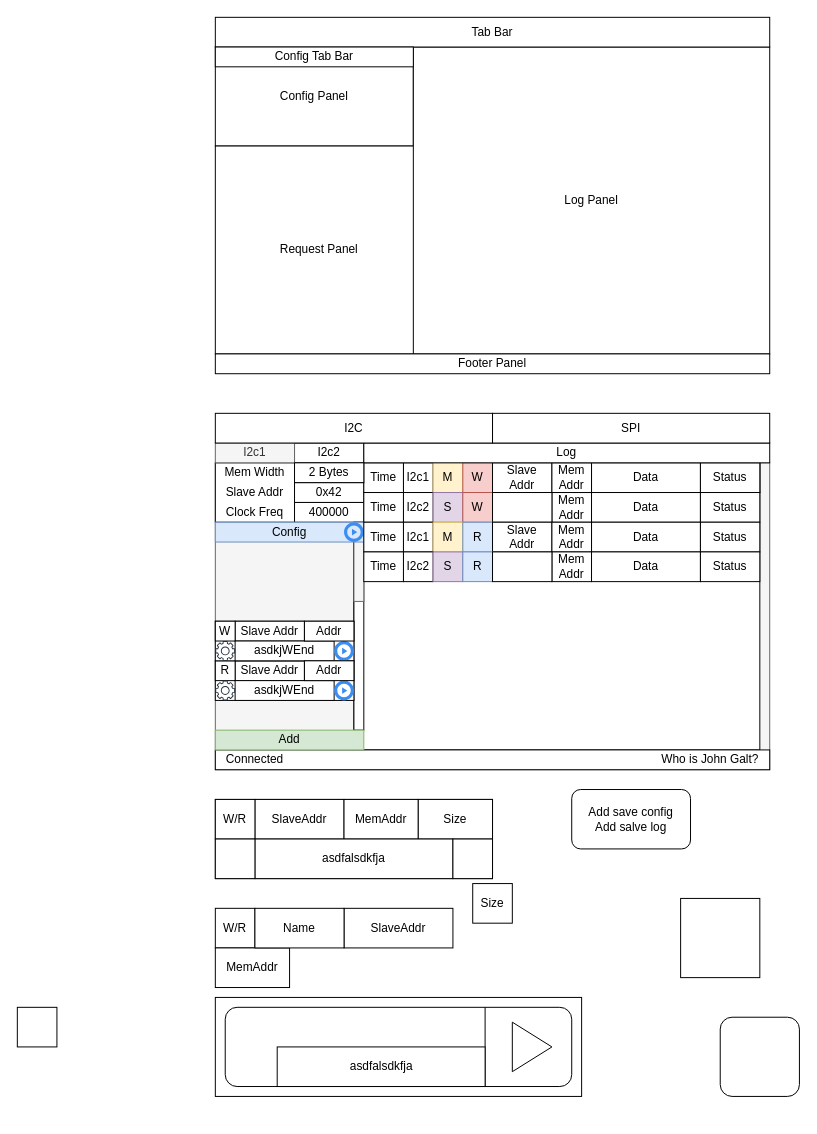
AlmCoding/expander-ui keeps this draw.io diagram as UImock.drawio. Above is the earlier version. Source tidied: cells renumbered, new cells numbered last; positions are measured from the earlier drawing's top-left corner, leaving out a move shared by most shapes. Both pictures are drawn from the tidied source at 99%, with x=0, y=0 at pixel (17, 17).
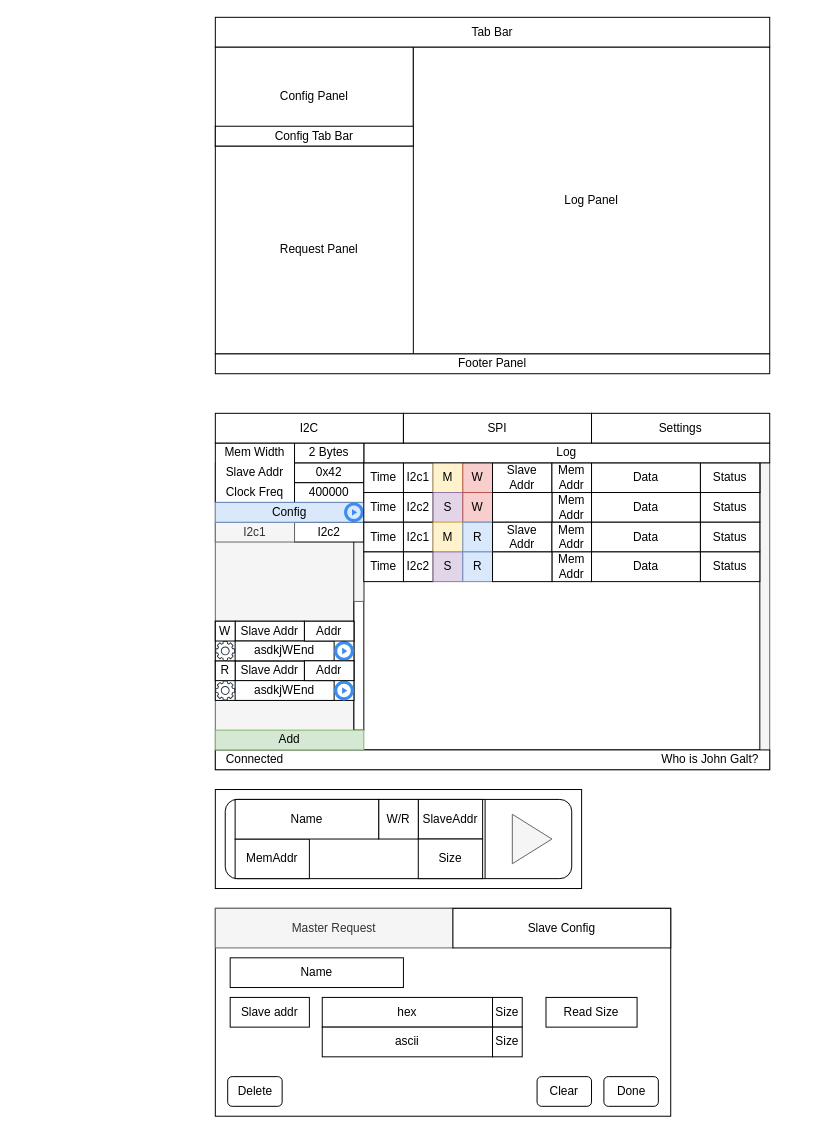
The same page after the edit.

Diff of the diagram source:
```diff
@@
     <mxCell id="2" style="rounded=0;whiteSpace=wrap;html=1;" parent="1" vertex="1">
-      <mxGeometry x="200" y="990" width="370" height="100" as="geometry" />
+      <mxGeometry x="200" y="780" width="370" height="100" as="geometry" />
     </mxCell>
@@
     <mxCell id="7" style="rounded=0;whiteSpace=wrap;html=1;" parent="1" vertex="1">
-      <mxGeometry x="200" y="450" width="150" height="60" as="geometry" />
+      <mxGeometry x="200" y="430" width="150" height="60" as="geometry" />
     </mxCell>
     <mxCell id="8" value="400000" style="rounded=0;whiteSpace=wrap;html=1;" parent="1" vertex="1">
-      <mxGeometry x="280" y="490" width="70" height="20" as="geometry" />
+      <mxGeometry x="280" y="470" width="70" height="20" as="geometry" />
     </mxCell>
     <mxCell id="9" value="Clock Freq" style="text;html=1;align=center;verticalAlign=middle;whiteSpace=wrap;rounded=0;" parent="1" vertex="1">
-      <mxGeometry x="200" y="495" width="80" height="10" as="geometry" />
+      <mxGeometry x="200" y="475" width="80" height="10" as="geometry" />
     </mxCell>
@@
     <mxCell id="13" value="Slave Addr" style="text;html=1;align=center;verticalAlign=middle;whiteSpace=wrap;rounded=0;" parent="1" vertex="1">
-      <mxGeometry x="200" y="475" width="80" height="10" as="geometry" />
+      <mxGeometry x="200" y="455" width="80" height="10" as="geometry" />
     </mxCell>
     <mxCell id="14" value="0x42" style="rounded=0;whiteSpace=wrap;html=1;" parent="1" vertex="1">
-      <mxGeometry x="280" y="470" width="70" height="20" as="geometry" />
+      <mxGeometry x="280" y="450" width="70" height="20" as="geometry" />
     </mxCell>
     <mxCell id="15" value="I2c2" style="rounded=0;whiteSpace=wrap;html=1;" parent="1" vertex="1">
-      <mxGeometry x="280" y="430" width="70" height="20" as="geometry" />
+      <mxGeometry x="280" y="510" width="70" height="20" as="geometry" />
     </mxCell>
     <mxCell id="16" value="I2c1" style="rounded=0;whiteSpace=wrap;html=1;fillColor=#f5f5f5;fontColor=#333333;strokeColor=#666666;" parent="1" vertex="1">
-      <mxGeometry x="200" y="430" width="80" height="20" as="geometry" />
+      <mxGeometry x="200" y="510" width="80" height="20" as="geometry" />
     </mxCell>
@@
     <mxCell id="18" value="Config" style="rounded=0;whiteSpace=wrap;html=1;fillColor=#dae8fc;strokeColor=#6c8ebf;" parent="1" vertex="1">
-      <mxGeometry x="200" y="510" width="150" height="20" as="geometry" />
+      <mxGeometry x="200" y="490" width="150" height="20" as="geometry" />
     </mxCell>
@@
     <mxCell id="24" style="sketch=0;html=1;strokeColor=none;shadow=0;fillColor=#3B8DF1;verticalAlign=top;labelPosition=center;verticalLabelPosition=bottom;shape=mxgraph.gcp2.play_start;" parent="1" vertex="1">
-      <mxGeometry x="330" y="510" width="20" height="20" as="geometry" />
+      <mxGeometry x="330" y="490" width="20" height="20" as="geometry" />
     </mxCell>
@@
     <mxCell id="68" value="Mem Width" style="text;html=1;align=center;verticalAlign=middle;whiteSpace=wrap;rounded=0;" parent="1" vertex="1">
-      <mxGeometry x="200" y="455" width="80" height="10" as="geometry" />
+      <mxGeometry x="200" y="435" width="80" height="10" as="geometry" />
     </mxCell>
     <mxCell id="69" value="2 Bytes" style="rounded=0;whiteSpace=wrap;html=1;" parent="1" vertex="1">
-      <mxGeometry x="280" y="450" width="70" height="20" as="geometry" />
+      <mxGeometry x="280" y="430" width="70" height="20" as="geometry" />
     </mxCell>
@@
     <mxCell id="74" value="I2C" style="rounded=0;whiteSpace=wrap;html=1;" parent="1" vertex="1">
-      <mxGeometry x="200" y="400" width="280" height="30" as="geometry" />
+      <mxGeometry x="200" y="400" width="190" height="30" as="geometry" />
     </mxCell>
     <mxCell id="75" value="SPI" style="rounded=0;whiteSpace=wrap;html=1;" parent="1" vertex="1">
-      <mxGeometry x="480" y="400" width="280" height="30" as="geometry" />
+      <mxGeometry x="390" y="400" width="190" height="30" as="geometry" />
     </mxCell>
@@
     <mxCell id="77" value="Config Tab Bar" style="rounded=0;whiteSpace=wrap;html=1;" parent="1" vertex="1">
-      <mxGeometry x="200" y="30" width="200" height="20" as="geometry" />
+      <mxGeometry x="200" y="110" width="200" height="20" as="geometry" />
     </mxCell>
-    <mxCell id="78" style="rounded=0;whiteSpace=wrap;html=1;" parent="1" vertex="1">
-      <mxGeometry x="200" y="790" width="280" height="80" as="geometry" />
-    </mxCell>
-    <mxCell id="79" value="SlaveAddr" style="rounded=0;whiteSpace=wrap;html=1;" parent="1" vertex="1">
-      <mxGeometry x="240" y="790" width="90" height="40" as="geometry" />
-    </mxCell>
-    <mxCell id="80" value="W/R" style="rounded=0;whiteSpace=wrap;html=1;" parent="1" vertex="1">
-      <mxGeometry x="200" y="790" width="40" height="40" as="geometry" />
-    </mxCell>
-    <mxCell id="81" value="MemAddr" style="rounded=0;whiteSpace=wrap;html=1;" parent="1" vertex="1">
-      <mxGeometry x="330" y="790" width="75" height="40" as="geometry" />
-    </mxCell>
-    <mxCell id="82" value="Size" style="rounded=0;whiteSpace=wrap;html=1;" parent="1" vertex="1">
-      <mxGeometry x="405" y="790" width="75" height="40" as="geometry" />
-    </mxCell>
-    <mxCell id="83" value="asdfalsdkfja" style="rounded=0;whiteSpace=wrap;html=1;" parent="1" vertex="1">
-      <mxGeometry x="240" y="830" width="200" height="40" as="geometry" />
-    </mxCell>
-    <mxCell id="84" style="rounded=0;whiteSpace=wrap;html=1;" parent="1" vertex="1">
-      <mxGeometry x="440" y="830" width="40" height="40" as="geometry" />
-    </mxCell>
-    <mxCell id="85" style="rounded=0;whiteSpace=wrap;html=1;" parent="1" vertex="1">
-      <mxGeometry x="200" y="830" width="40" height="40" as="geometry" />
-    </mxCell>
-    <mxCell id="86" value="Add save config&lt;div&gt;Add salve log&lt;/div&gt;" style="rounded=1;whiteSpace=wrap;html=1;" parent="1" vertex="1">
-      <mxGeometry x="560" y="780" width="120" height="60" as="geometry" />
-    </mxCell>
+    <mxCell id="94" style="rounded=1;whiteSpace=wrap;html=1;" parent="1" vertex="1">
+      <mxGeometry x="210" y="790" width="350" height="80" as="geometry" />
+    </mxCell>
+    <mxCell id="96" style="triangle;whiteSpace=wrap;html=1;fillColor=#f5f5f5;fontColor=#333333;strokeColor=#666666;" parent="1" vertex="1">
+      <mxGeometry x="500" y="805" width="40" height="50" as="geometry" />
+    </mxCell>
+    <mxCell id="97" style="endArrow=none;html=1;rounded=0;exitX=0.75;exitY=1;exitDx=0;exitDy=0;entryX=0.75;entryY=0;entryDx=0;entryDy=0;" parent="1" edge="1" source="94" target="94">
+      <mxGeometry relative="1" as="geometry" />
+    </mxCell>
+    <mxCell id="99" value="Settings" style="rounded=0;whiteSpace=wrap;html=1;" parent="1" vertex="1">
+      <mxGeometry x="580" y="400" width="180" height="30" as="geometry" />
+    </mxCell>
+    <mxCell id="100" style="rounded=0;whiteSpace=wrap;html=1;" parent="1" vertex="1">
+      <mxGeometry x="200" y="900" width="460" height="210" as="geometry" />
+    </mxCell>
+    <mxCell id="101" value="Slave addr" style="rounded=0;whiteSpace=wrap;html=1;" parent="1" vertex="1">
+      <mxGeometry x="215" y="990" width="80" height="30" as="geometry" />
+    </mxCell>
+    <mxCell id="102" value="hex" style="rounded=0;whiteSpace=wrap;html=1;" parent="1" vertex="1">
+      <mxGeometry x="308" y="990" width="172" height="30" as="geometry" />
+    </mxCell>
+    <mxCell id="103" value="Read Size" style="rounded=0;whiteSpace=wrap;html=1;" parent="1" vertex="1">
+      <mxGeometry x="534" y="990" width="92" height="30" as="geometry" />
+    </mxCell>
+    <mxCell id="104" value="Size" style="rounded=0;whiteSpace=wrap;html=1;" parent="1" vertex="1">
+      <mxGeometry x="480" y="990" width="30" height="30" as="geometry" />
+    </mxCell>
+    <mxCell id="105" value="ascii" style="rounded=0;whiteSpace=wrap;html=1;" parent="1" vertex="1">
+      <mxGeometry x="308" y="1020" width="172" height="30" as="geometry" />
+    </mxCell>
+    <mxCell id="106" value="Size" style="rounded=0;whiteSpace=wrap;html=1;" parent="1" vertex="1">
+      <mxGeometry x="480" y="1020" width="30" height="30" as="geometry" />
+    </mxCell>
+    <mxCell id="107" value="Clear" style="rounded=1;whiteSpace=wrap;html=1;" parent="1" vertex="1">
+      <mxGeometry x="525" y="1070" width="55" height="30" as="geometry" />
+    </mxCell>
+    <mxCell id="108" value="Name" style="rounded=0;whiteSpace=wrap;html=1;" parent="1" vertex="1">
+      <mxGeometry x="215" y="950" width="175" height="30" as="geometry" />
+    </mxCell>
+    <mxCell id="109" value="Done" style="rounded=1;whiteSpace=wrap;html=1;" parent="1" vertex="1">
+      <mxGeometry x="592.5" y="1070" width="55" height="30" as="geometry" />
+    </mxCell>
+    <mxCell id="110" value="Delete" style="rounded=1;whiteSpace=wrap;html=1;" parent="1" vertex="1">
+      <mxGeometry x="212.5" y="1070" width="55" height="30" as="geometry" />
+    </mxCell>
+    <mxCell id="111" value="Master Request" style="rounded=0;whiteSpace=wrap;html=1;fillColor=#f5f5f5;fontColor=#333333;strokeColor=#666666;" parent="1" vertex="1">
+      <mxGeometry x="200" y="900" width="240" height="40" as="geometry" />
+    </mxCell>
+    <mxCell id="112" value="Slave Config" style="rounded=0;whiteSpace=wrap;html=1;" parent="1" vertex="1">
+      <mxGeometry x="440" y="900" width="220" height="40" as="geometry" />
+    </mxCell>
     <mxCell id="87" value="SlaveAddr" style="rounded=0;whiteSpace=wrap;html=1;" parent="1" vertex="1">
-      <mxGeometry x="330" y="900" width="110" height="40" as="geometry" />
+      <mxGeometry x="405" y="790" width="65" height="40" as="geometry" />
     </mxCell>
     <mxCell id="88" value="W/R" style="rounded=0;whiteSpace=wrap;html=1;" parent="1" vertex="1">
-      <mxGeometry x="200" y="900" width="40" height="40" as="geometry" />
+      <mxGeometry x="365" y="790" width="40" height="40" as="geometry" />
     </mxCell>
     <mxCell id="89" value="MemAddr" style="rounded=0;whiteSpace=wrap;html=1;" parent="1" vertex="1">
-      <mxGeometry x="200" y="940" width="75" height="40" as="geometry" />
+      <mxGeometry x="220" y="830" width="75" height="40" as="geometry" />
     </mxCell>
     <mxCell id="90" value="Size" style="rounded=0;whiteSpace=wrap;html=1;" parent="1" vertex="1">
-      <mxGeometry x="460" y="875" width="40" height="40" as="geometry" />
+      <mxGeometry x="405" y="830" width="65" height="40" as="geometry" />
     </mxCell>
-    <mxCell id="91" style="rounded=0;whiteSpace=wrap;html=1;" parent="1" vertex="1">
-      <mxGeometry x="670" y="890" width="80" height="80" as="geometry" />
-    </mxCell>
-    <mxCell id="92" style="rounded=0;whiteSpace=wrap;html=1;" parent="1" vertex="1">
-      <mxGeometry y="1000" width="40" height="40" as="geometry" />
-    </mxCell>
     <mxCell id="93" value="Name" style="rounded=0;whiteSpace=wrap;html=1;" parent="1" vertex="1">
-      <mxGeometry x="240" y="900" width="90" height="40" as="geometry" />
+      <mxGeometry x="220" y="790" width="145" height="40" as="geometry" />
     </mxCell>
-    <mxCell id="94" style="rounded=1;whiteSpace=wrap;html=1;" parent="1" vertex="1">
-      <mxGeometry x="210" y="1000" width="350" height="80" as="geometry" />
-    </mxCell>
-    <mxCell id="95" style="rounded=1;whiteSpace=wrap;html=1;" parent="1" vertex="1">
-      <mxGeometry x="710" y="1010" width="80" height="80" as="geometry" />
-    </mxCell>
-    <mxCell id="96" style="triangle;whiteSpace=wrap;html=1;" parent="1" vertex="1">
-      <mxGeometry x="500" y="1015" width="40" height="50" as="geometry" />
-    </mxCell>
-    <mxCell id="97" style="endArrow=none;html=1;rounded=0;exitX=0.75;exitY=1;exitDx=0;exitDy=0;entryX=0.75;entryY=0;entryDx=0;entryDy=0;" parent="1" edge="1" source="94" target="94">
-      <mxGeometry relative="1" as="geometry" />
-    </mxCell>
-    <mxCell id="98" value="asdfalsdkfja" style="rounded=0;whiteSpace=wrap;html=1;" parent="1" vertex="1">
-      <mxGeometry x="262.5" y="1040" width="210" height="40" as="geometry" />
-    </mxCell>
```
